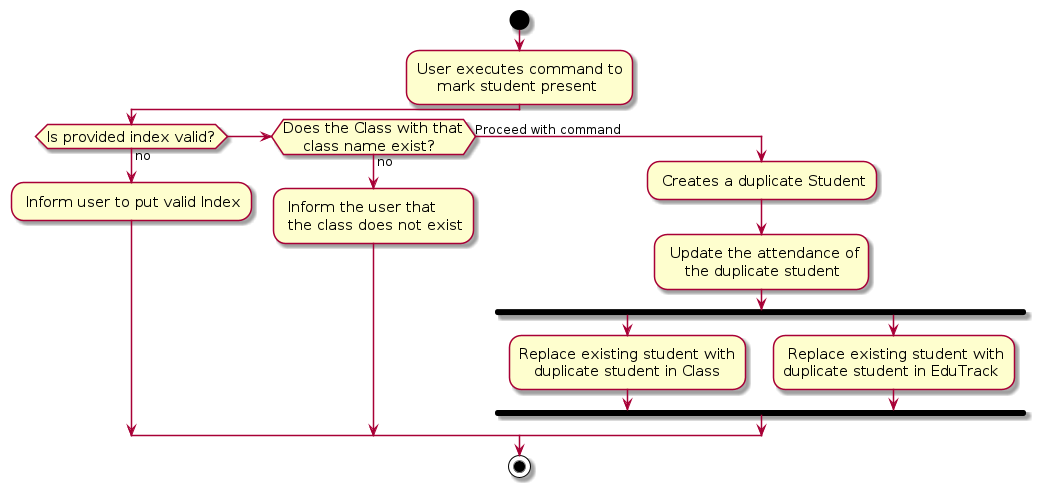
Above: diagrams/MarkStudentActivityDiagram.png in sudarshan2401/tp (PlantUML), before the change. Its source is kept beside it as diagrams/MarkStudentActivityDiagram.puml. Source of this version:
```plantuml
@startuml
skin rose
skinparam ActivityFontSize 15
skinparam ArrowFontSize 12
start
:User executes command to
    mark student present;


if (Is provided index valid?) then (no)
    : Inform user to put valid Index;
elseif (Does the Class with that
    class name exist?) then (no)
    : Inform the user that
     the class does not exist;
else (Proceed with command)
    : Creates a duplicate Student;
    : Update the attendance of
        the duplicate student;
    fork
        :Replace existing student with
           duplicate student in Class;
    fork again
        : Replace existing student with
        duplicate student in EduTrack;
    end fork

endif
stop
@enduml
```
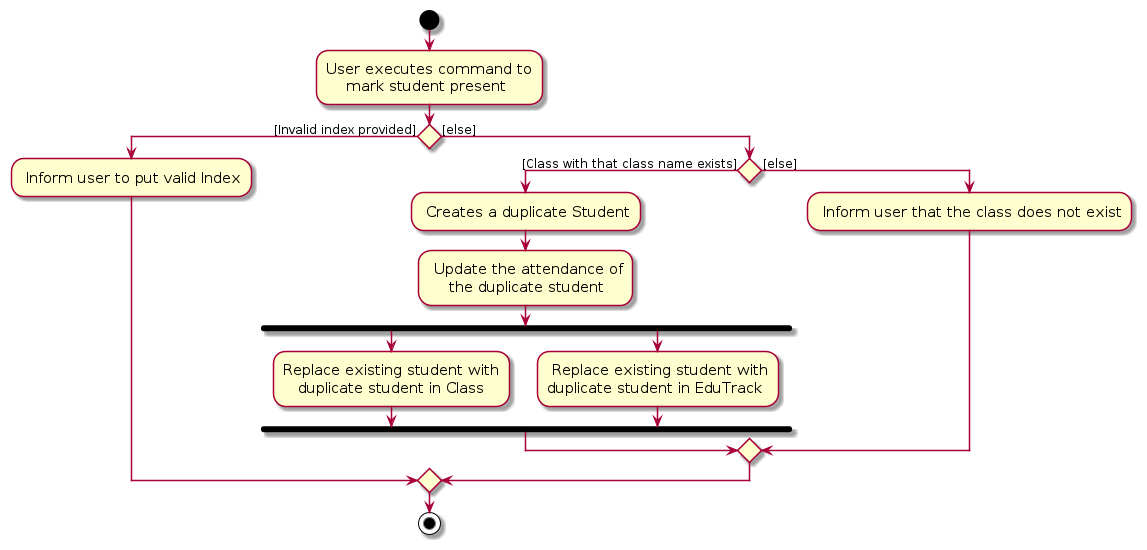
Above is the later version.

What changed in the source:
```diff
@@ -6,25 +6,23 @@
 :User executes command to
     mark student present;
 
-
-if (Is provided index valid?) then (no)
+if () then ([Invalid index provided])
     : Inform user to put valid Index;
-elseif (Does the Class with that
-    class name exist?) then (no)
-    : Inform the user that
-     the class does not exist;
-else (Proceed with command)
-    : Creates a duplicate Student;
-    : Update the attendance of
-        the duplicate student;
-    fork
-        :Replace existing student with
-           duplicate student in Class;
-    fork again
-        : Replace existing student with
-        duplicate student in EduTrack;
-    end fork
-
+else ([else])
+    if () then ([Class with that class name exists])
+            : Creates a duplicate Student;
+            : Update the attendance of
+                the duplicate student;
+            fork
+                :Replace existing student with
+                   duplicate student in Class;
+            fork again
+                : Replace existing student with
+                duplicate student in EduTrack;
+            end fork
+    else ([else])
+        : Inform user that the class does not exist;
+    endif
 endif
 stop
 @enduml
```
